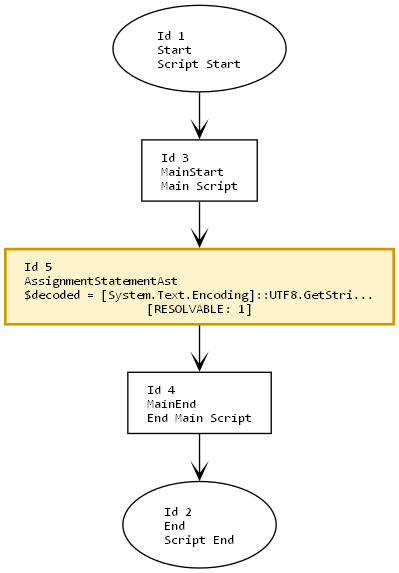
The Graphviz diagram in/in.png in mine41/deob, before a commit. Its source is kept beside it as in/in.dot.
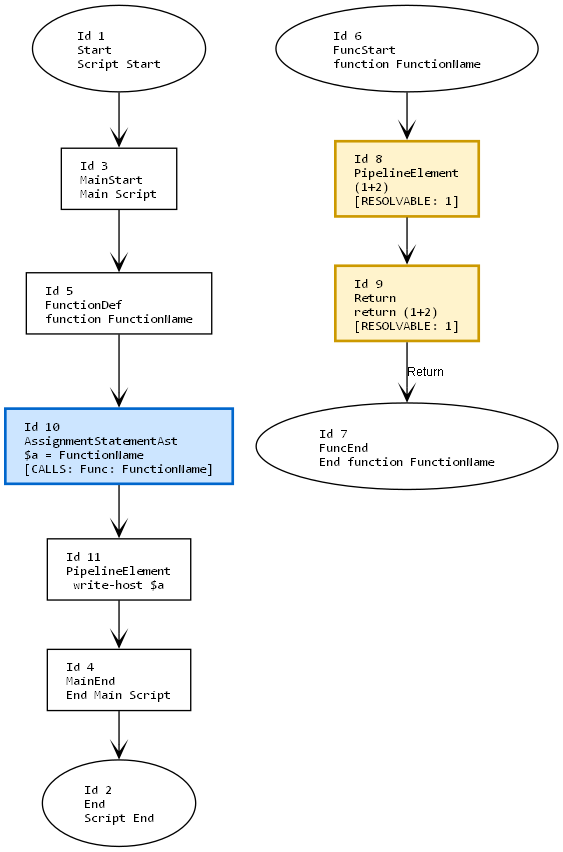
After the change.

Diff of the diagram source:
```diff
@@ -14,10 +14,21 @@
     2 [label="Id 2\lEnd\lScript End", shape=oval];
     3 [label="Id 3\lMainStart\lMain Script", shape=box];
     4 [label="Id 4\lMainEnd\lEnd Main Script", shape=box];
-    5 [label="Id 5\lAssignmentStatementAst\l$decoded = [System.Text.Encoding]::UTF8.GetStri...\l[RESOLVABLE: 1]", shape=box, style=filled, fillcolor="#fff3cc", color="#cc9900", penwidth=2];
+    5 [label="Id 5\lFunctionDef\lfunction FunctionName", shape=box];
+    6 [label="Id 6\lFuncStart\lfunction FunctionName", shape=oval];
+    7 [label="Id 7\lFuncEnd\lEnd function FunctionName", shape=oval];
+    8 [label="Id 8\lPipelineElement\l(1+2)\l[RESOLVABLE: 1]", shape=box, style=filled, fillcolor="#fff3cc", color="#cc9900", penwidth=2];
+    9 [label="Id 9\lReturn\lreturn (1+2)\l[RESOLVABLE: 1]", shape=box, style=filled, fillcolor="#fff3cc", color="#cc9900", penwidth=2];
+    10 [label="Id 10\lAssignmentStatementAst\l$a = FunctionName\l[CALLS: Func: FunctionName]", shape=box, style=filled, fillcolor="#cce5ff", color="#0066cc", penwidth=2];
+    11 [label="Id 11\lPipelineElement\lwrite-host $a", shape=box];
 
     1 -> 3;
     3 -> 5;
-    5 -> 4;
+    6 -> 8;
+    8 -> 9;
+    9 -> 7 [label="Return"];
+    5 -> 10;
+    10 -> 11;
+    11 -> 4;
     4 -> 2;
 }
```
